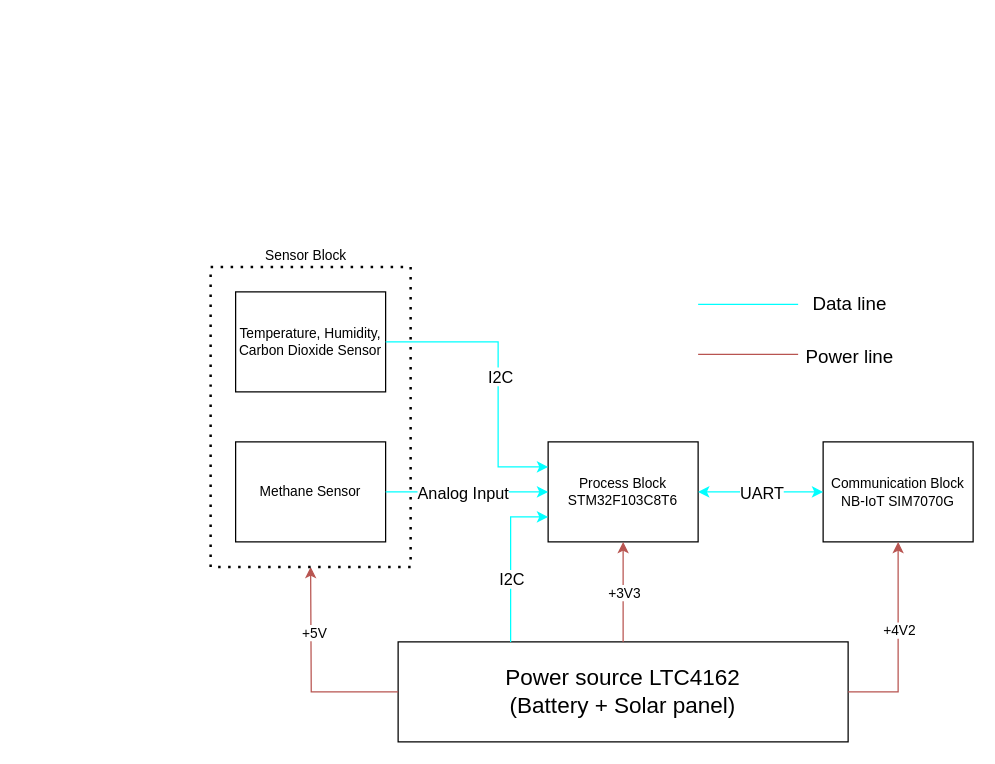
This is Project_overall.drawio from K2ayzz/ForDrawIO, a draw.io file, before an edit. Source tidied: cells renumbered, new cells numbered last; positions are measured from the earlier drawing's top-left corner, leaving out a move shared by most shapes. Both pictures are drawn from the tidied source at 125%, with x=0, y=0 at pixel (210, 266).
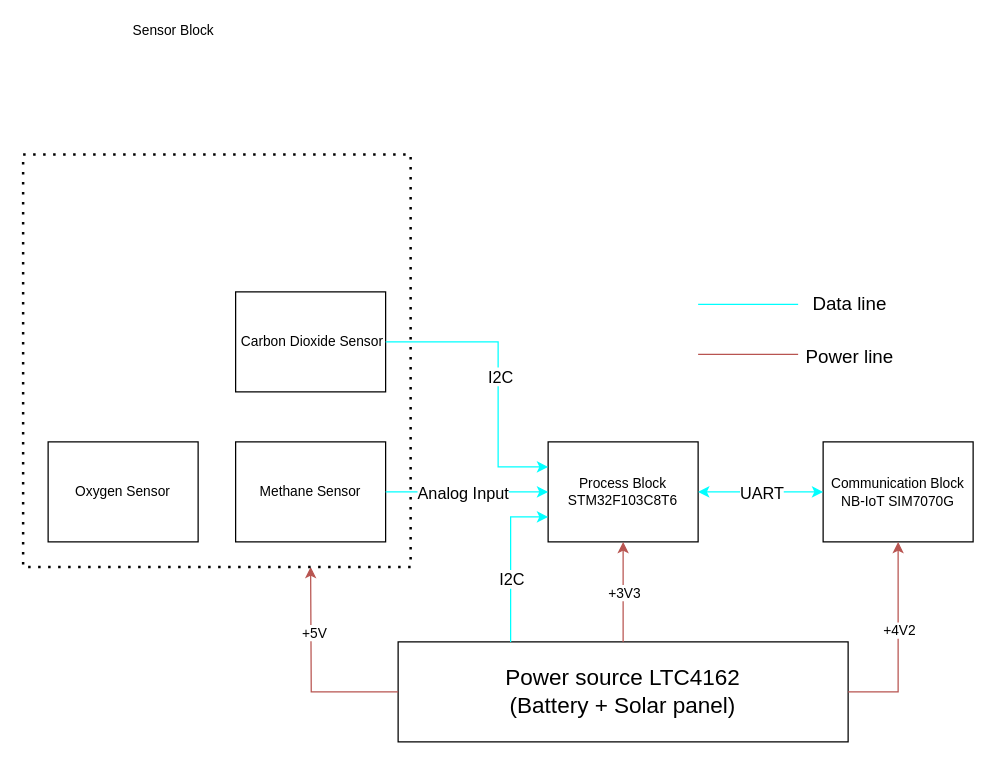
After the change.

Commit message:
Cập nhật Project_overall.drawio

What changed in the source:
```diff
@@
-    <mxCell id="20" value="&lt;font style=&quot;font-size: 11px;&quot;&gt;Temperature, Humidity, Carbon Dioxide Sensor&lt;/font&gt;" style="whiteSpace=wrap;html=1;rounded=0;fontSize=11;" parent="1" vertex="1">
+    <mxCell id="20" value="&lt;font style=&quot;font-size: 11px;&quot;&gt;&amp;nbsp;Carbon Dioxide Sensor&lt;/font&gt;" style="whiteSpace=wrap;html=1;rounded=0;fontSize=11;" parent="1" vertex="1">
       <mxGeometry x="20" y="20" width="120" height="80" as="geometry" />
     </mxCell>
     <mxCell id="21" style="endArrow=none;dashed=1;html=1;dashPattern=1 3;strokeWidth=2;rounded=0;" parent="1" edge="1">
       <mxGeometry relative="1" as="geometry">
-        <mxPoint as="sourcePoint" />
-        <mxPoint as="targetPoint" />
+        <mxPoint x="-150" y="-90" as="sourcePoint" />
+        <mxPoint x="-150" y="-90" as="targetPoint" />
         <Array as="points">
+          <mxPoint x="160" y="-90" />
           <mxPoint x="160" />
           <mxPoint x="160" y="240" />
-          <mxPoint y="240" />
+          <mxPoint x="-150" y="240" />
         </Array>
       </mxGeometry>
     </mxCell>
     <mxCell id="22" value="Sensor Block" style="edgeLabel;html=1;align=center;verticalAlign=middle;" parent="21" vertex="1">
       <mxGeometry x="-0.84" y="-1" relative="1" as="geometry">
-        <mxPoint x="11" y="-11" as="offset" />
+        <mxPoint x="17" y="-101" as="offset" />
       </mxGeometry>
     </mxCell>
@@
+    <mxCell id="27" value="&lt;font style=&quot;font-size: 11px;&quot;&gt;Oxygen Sensor&lt;/font&gt;" style="whiteSpace=wrap;html=1;rounded=0;fontSize=11;" parent="1" vertex="1">
+      <mxGeometry x="-130" y="140" width="120" height="80" as="geometry" />
+    </mxCell>
```
